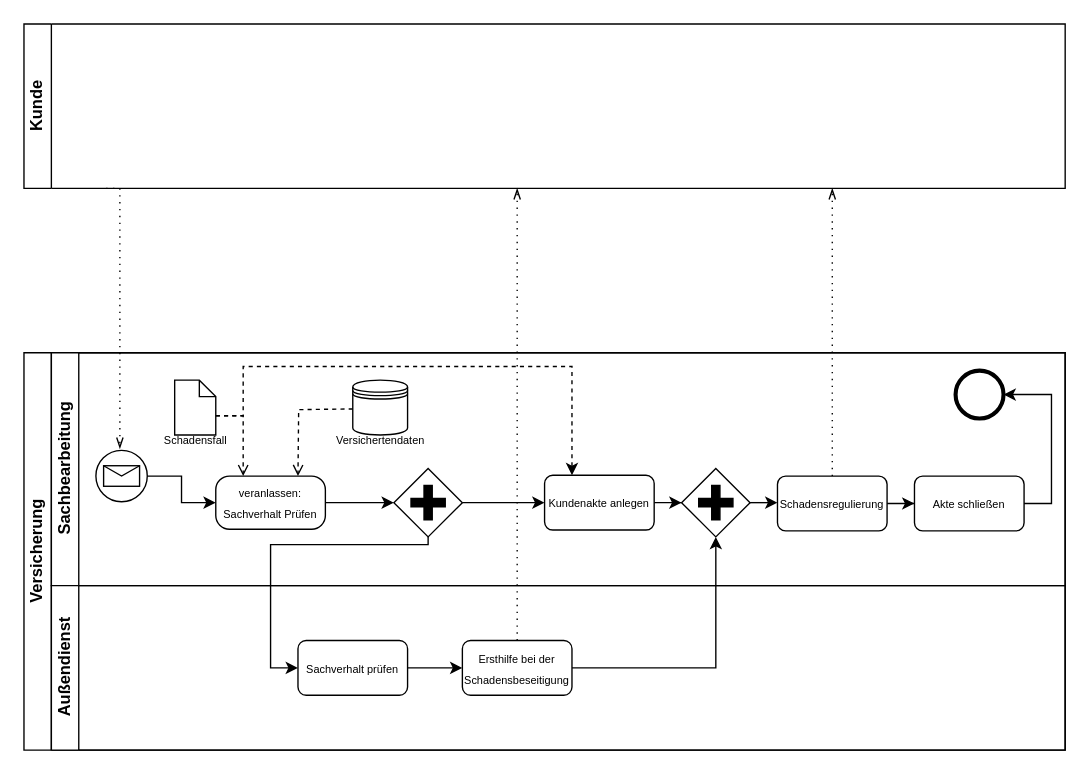
Above: 18-21 BPMN/Aufgabe19/Aufgabe19.drawio in R4Tobi/modellierung (draw.io), before the change. Source tidied: cells renumbered, new cells numbered last; positions are measured from the earlier drawing's top-left corner, leaving out a move shared by most shapes. Both pictures are drawn from the tidied source at 137%, with x=0, y=0 at pixel (23, 23).
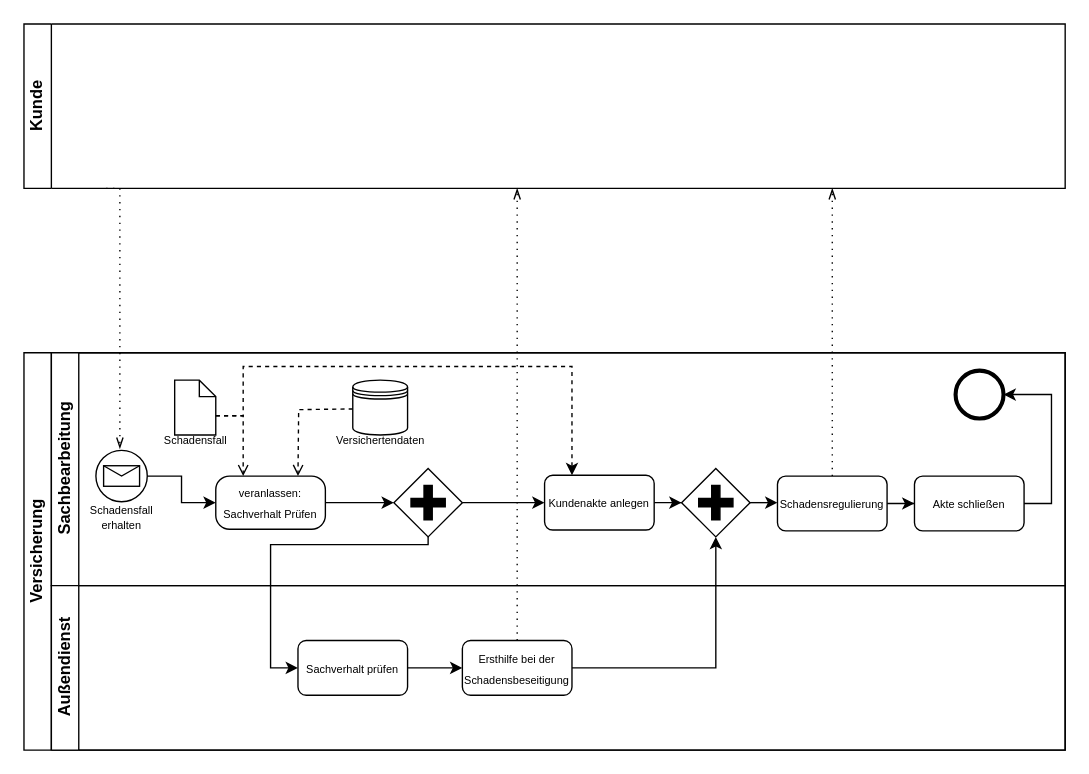
The same page after the edit.

The change refers to these unchanged cells:
```xml
<mxCell id="4" value="Sachbearbeitung" style="swimlane;html=1;startSize=20;horizontal=0;" parent="3" vertex="1">
  <mxGeometry x="20" width="740" height="170" as="geometry" />
</mxCell>
```

What changed in the source:
```diff
@@
+    <mxCell id="36" value="&lt;p style=&quot;line-height: 80%;&quot;&gt;&lt;font style=&quot;font-size: 8px;&quot;&gt;Schadensfall&lt;br&gt;erhalten&lt;/font&gt;&lt;/p&gt;" style="text;html=1;align=center;verticalAlign=middle;strokeColor=none;fillColor=none;" parent="4" vertex="1">
+      <mxGeometry x="16.2" y="90" width="70" height="60" as="geometry" />
+    </mxCell>
```
